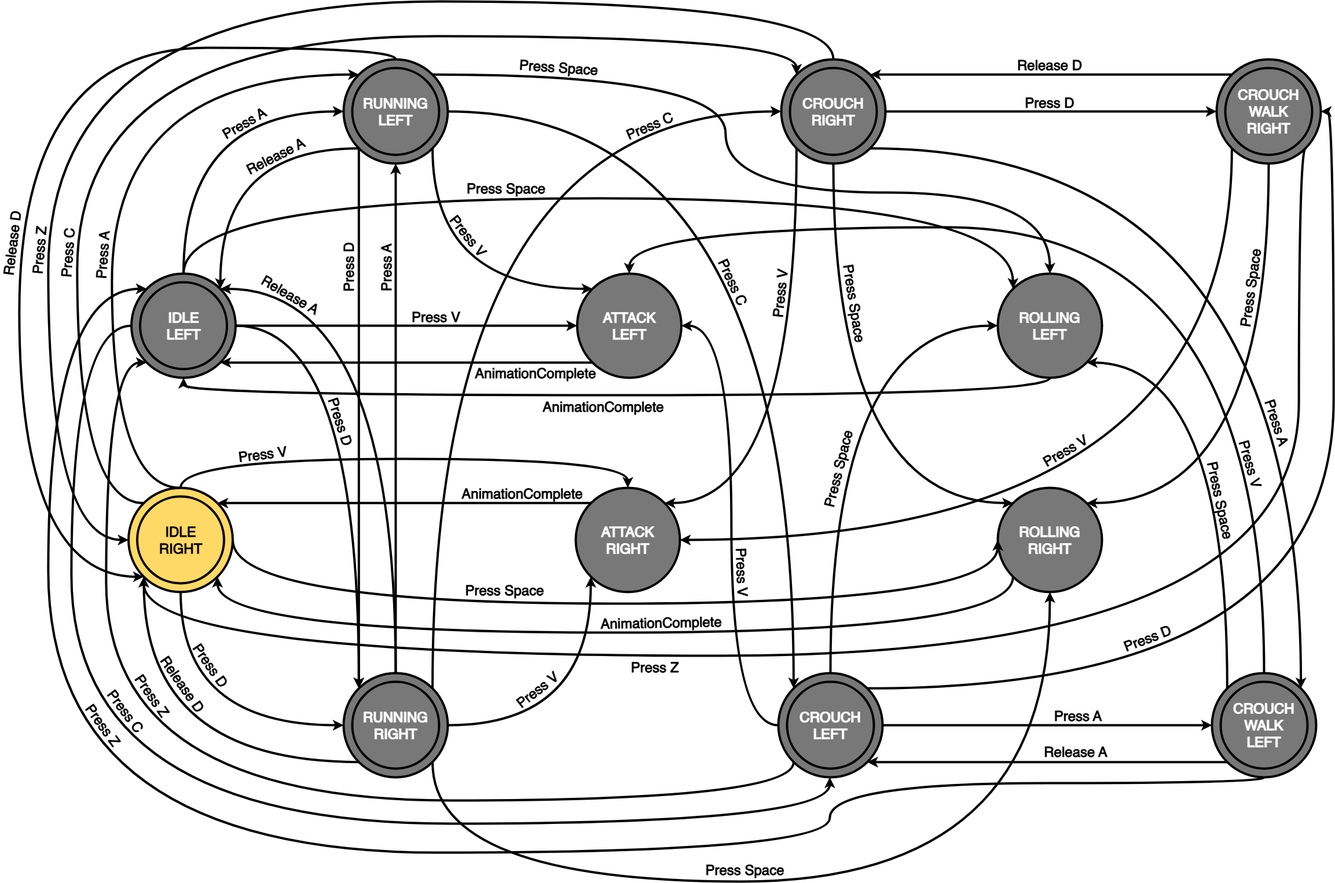
The draw.io diagram PixelAnimationDFA/Assets/PixelAssets/NFA - State Diagram (Light Mode).png in Decr0zeath/PixelAnimationDFA, before a commit. Source tidied: cells renumbered, new cells last; positions are measured from the earlier drawing's top-left corner, leaving out a move shared by most shapes.
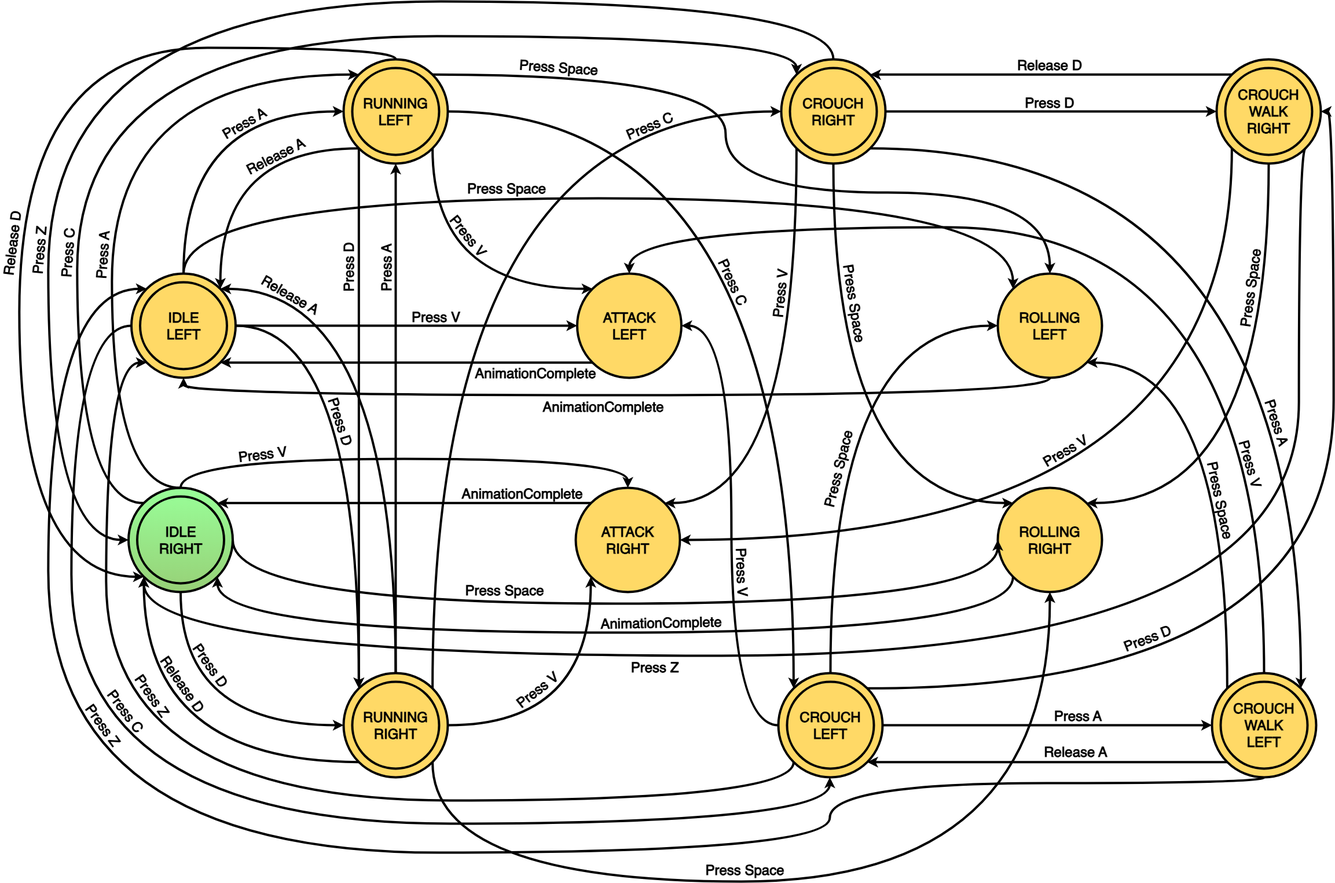
The same diagram one commit later.

Commit message:
- Updated State Diagram

Change to the diagram source:
```diff
@@ -12,3 +12,3 @@
     </mxCell>
-    <mxCell id="3" value="&lt;font&gt;IDLE&lt;/font&gt;&lt;div&gt;&lt;font&gt;RIGHT&lt;/font&gt;&lt;/div&gt;" style="ellipse;whiteSpace=wrap;html=1;shadow=0;fontFamily=Helvetica;fontSize=24;fontColor=#000000;align=center;strokeColor=light-dark(#000000,#EDEDED);strokeWidth=4;fillColor=#FFD966;fontStyle=1;gradientColor=none;" parent="1" vertex="1">
+    <mxCell id="3" value="&lt;font&gt;IDLE&lt;/font&gt;&lt;div&gt;&lt;font&gt;RIGHT&lt;/font&gt;&lt;/div&gt;" style="ellipse;whiteSpace=wrap;html=1;shadow=0;fontFamily=Helvetica;fontSize=24;align=center;strokeColor=#000000;strokeWidth=4;fillColor=#99FF99;fontStyle=1;gradientColor=#97d077;" parent="1" vertex="1">
       <mxGeometry x="264.5" y="840" width="180" height="180" as="geometry" />
@@ -25,3 +25,3 @@
     </mxCell>
-    <mxCell id="5" value="&lt;font&gt;IDLE&lt;/font&gt;&lt;div&gt;&lt;font&gt;LEFT&lt;/font&gt;&lt;/div&gt;" style="ellipse;whiteSpace=wrap;html=1;shadow=0;fontFamily=Helvetica;fontSize=24;align=center;strokeColor=#000000;strokeWidth=4;fillColor=light-dark(#787878, #1a1a1a);fontStyle=1;fontColor=#FFFFFF;" parent="1" vertex="1">
+    <mxCell id="5" value="&lt;font&gt;IDLE&lt;/font&gt;&lt;div&gt;&lt;font&gt;LEFT&lt;/font&gt;&lt;/div&gt;" style="ellipse;whiteSpace=wrap;html=1;shadow=0;fontFamily=Helvetica;fontSize=24;align=center;strokeColor=#000000;strokeWidth=4;fillColor=#FFD966;fontStyle=1;gradientColor=#ffd966;" parent="1" vertex="1">
       <mxGeometry x="269.5" y="470" width="180" height="180" as="geometry" />
@@ -46,6 +46,6 @@
     </mxCell>
-    <mxCell id="10" value="&lt;font&gt;RUNNING&lt;/font&gt;&lt;div&gt;&lt;span style=&quot;background-color: transparent;&quot;&gt;&lt;font&gt;LEFT&lt;/font&gt;&lt;/span&gt;&lt;/div&gt;" style="ellipse;whiteSpace=wrap;html=1;shadow=0;fontFamily=Helvetica;fontSize=24;fontColor=#FFFFFF;align=center;strokeColor=#000000;strokeWidth=4;fillColor=light-dark(#787878, #1a1a1a);fontStyle=1;" parent="1" vertex="1">
+    <mxCell id="10" value="&lt;font&gt;RUNNING&lt;/font&gt;&lt;div&gt;&lt;span style=&quot;background-color: transparent;&quot;&gt;&lt;font&gt;LEFT&lt;/font&gt;&lt;/span&gt;&lt;/div&gt;" style="ellipse;whiteSpace=wrap;html=1;shadow=0;fontFamily=Helvetica;fontSize=24;align=center;strokeColor=#000000;strokeWidth=4;fillColor=#FFD966;fontStyle=1;gradientColor=#ffd966;" parent="1" vertex="1">
       <mxGeometry x="636" y="100" width="180" height="180" as="geometry" />
     </mxCell>
-    <mxCell id="11" value="&lt;font&gt;ROLLING&lt;/font&gt;&lt;div&gt;&lt;font&gt;LEFT&lt;/font&gt;&lt;/div&gt;" style="ellipse;whiteSpace=wrap;html=1;shadow=0;fontFamily=Helvetica;fontSize=24;fontColor=#FFFFFF;align=center;strokeColor=#000000;strokeWidth=4;fillColor=light-dark(#787878, #1a1a1a);fontStyle=1;" parent="1" vertex="1">
+    <mxCell id="11" value="&lt;font&gt;ROLLING&lt;/font&gt;&lt;div&gt;&lt;font&gt;LEFT&lt;/font&gt;&lt;/div&gt;" style="ellipse;whiteSpace=wrap;html=1;shadow=0;fontFamily=Helvetica;fontSize=24;align=center;strokeColor=#000000;strokeWidth=4;fillColor=#FFD966;fontStyle=1;gradientColor=#ffd966;" parent="1" vertex="1">
       <mxGeometry x="1766" y="470" width="180" height="180" as="geometry" />
@@ -59,6 +59,6 @@
     </mxCell>
-    <mxCell id="13" value="&lt;font&gt;CROUCH&lt;/font&gt;&lt;div&gt;&lt;font&gt;WALK&lt;/font&gt;&lt;/div&gt;&lt;div&gt;&lt;font&gt;LEFT&lt;/font&gt;&lt;/div&gt;" style="ellipse;whiteSpace=wrap;html=1;shadow=0;fontFamily=Helvetica;fontSize=24;fontColor=#FFFFFF;align=center;strokeColor=#000000;strokeWidth=4;fillColor=light-dark(#787878, #1a1a1a);fontStyle=1;" parent="1" vertex="1">
+    <mxCell id="13" value="&lt;font&gt;CROUCH&lt;/font&gt;&lt;div&gt;&lt;font&gt;WALK&lt;/font&gt;&lt;/div&gt;&lt;div&gt;&lt;font&gt;LEFT&lt;/font&gt;&lt;/div&gt;" style="ellipse;whiteSpace=wrap;html=1;shadow=0;fontFamily=Helvetica;fontSize=24;align=center;strokeColor=#000000;strokeWidth=4;fillColor=#FFD966;fontStyle=1;gradientColor=#ffd966;" parent="1" vertex="1">
       <mxGeometry x="2136" y="1160" width="180" height="180" as="geometry" />
     </mxCell>
-    <mxCell id="14" value="&lt;font&gt;ROLLING&lt;/font&gt;&lt;div&gt;&lt;font&gt;RIGHT&lt;/font&gt;&lt;/div&gt;" style="ellipse;whiteSpace=wrap;html=1;shadow=0;fontFamily=Helvetica;fontSize=24;fontColor=#FFFFFF;align=center;strokeColor=#000000;strokeWidth=4;fillColor=light-dark(#787878, #1a1a1a);fontStyle=1;" parent="1" vertex="1">
+    <mxCell id="14" value="&lt;font&gt;ROLLING&lt;/font&gt;&lt;div&gt;&lt;font&gt;RIGHT&lt;/font&gt;&lt;/div&gt;" style="ellipse;whiteSpace=wrap;html=1;shadow=0;fontFamily=Helvetica;fontSize=24;align=center;strokeColor=#000000;strokeWidth=4;fillColor=#FFD966;fontStyle=1;gradientColor=#ffd966;" parent="1" vertex="1">
       <mxGeometry x="1766" y="840" width="180" height="180" as="geometry" />
@@ -72,3 +72,3 @@
     </mxCell>
-    <mxCell id="16" value="&lt;font&gt;CROUCH&lt;/font&gt;&lt;div&gt;&lt;font&gt;WALK&lt;/font&gt;&lt;/div&gt;&lt;div&gt;&lt;font&gt;RIGHT&lt;/font&gt;&lt;/div&gt;" style="ellipse;whiteSpace=wrap;html=1;shadow=0;fontFamily=Helvetica;fontSize=24;fontColor=#FFFFFF;align=center;strokeColor=#000000;strokeWidth=4;fillColor=light-dark(#787878, #1a1a1a);fontStyle=1;" parent="1" vertex="1">
+    <mxCell id="16" value="&lt;font&gt;CROUCH&lt;/font&gt;&lt;div&gt;&lt;font&gt;WALK&lt;/font&gt;&lt;/div&gt;&lt;div&gt;&lt;font&gt;RIGHT&lt;/font&gt;&lt;/div&gt;" style="ellipse;whiteSpace=wrap;html=1;shadow=0;fontFamily=Helvetica;fontSize=24;fontColor=#000000;align=center;strokeColor=#000000;strokeWidth=4;fillColor=#FFD966;fontStyle=1;" parent="1" vertex="1">
       <mxGeometry x="2144" y="100" width="180" height="180" as="geometry" />
@@ -82,6 +82,6 @@
     </mxCell>
-    <mxCell id="18" value="&lt;font&gt;ATTACK&lt;/font&gt;&lt;div&gt;&lt;font&gt;LEFT&lt;/font&gt;&lt;/div&gt;" style="ellipse;whiteSpace=wrap;html=1;shadow=0;fontFamily=Helvetica;fontSize=24;fontColor=#FFFFFF;align=center;strokeColor=#000000;strokeWidth=4;fillColor=light-dark(#787878, #1a1a1a);fontStyle=1;" parent="1" vertex="1">
+    <mxCell id="18" value="&lt;font&gt;ATTACK&lt;/font&gt;&lt;div&gt;&lt;font&gt;LEFT&lt;/font&gt;&lt;/div&gt;" style="ellipse;whiteSpace=wrap;html=1;shadow=0;fontFamily=Helvetica;fontSize=24;align=center;strokeColor=#000000;strokeWidth=4;fillColor=#FFD966;fontStyle=1;gradientColor=#ffd966;" parent="1" vertex="1">
       <mxGeometry x="1039.5" y="470" width="180" height="180" as="geometry" />
     </mxCell>
-    <mxCell id="19" value="&lt;font&gt;CROUCH&lt;/font&gt;&lt;div&gt;&lt;font&gt;RIGHT&lt;/font&gt;&lt;/div&gt;" style="ellipse;whiteSpace=wrap;html=1;shadow=0;fontFamily=Helvetica;fontSize=24;fontColor=#FFFFFF;align=center;strokeColor=#000000;strokeWidth=4;fillColor=light-dark(#787878, #1a1a1a);fontStyle=1;" parent="1" vertex="1">
+    <mxCell id="19" value="&lt;font&gt;CROUCH&lt;/font&gt;&lt;div&gt;&lt;font&gt;RIGHT&lt;/font&gt;&lt;/div&gt;" style="ellipse;whiteSpace=wrap;html=1;shadow=0;fontFamily=Helvetica;fontSize=24;align=center;strokeColor=#000000;strokeWidth=4;fillColor=#FFD966;fontStyle=1;gradientColor=#ffd966;" parent="1" vertex="1">
       <mxGeometry x="1392" y="100" width="180" height="180" as="geometry" />
@@ -91,3 +91,3 @@
     </mxCell>
-    <mxCell id="21" value="&lt;font&gt;ATTACK&lt;/font&gt;&lt;div&gt;&lt;span style=&quot;background-color: transparent;&quot;&gt;&lt;font&gt;RIGHT&lt;/font&gt;&lt;/span&gt;&lt;/div&gt;" style="ellipse;whiteSpace=wrap;html=1;shadow=0;fontFamily=Helvetica;fontSize=24;fontColor=#FFFFFF;align=center;strokeColor=#000000;strokeWidth=4;fillColor=light-dark(#787878, #1a1a1a);fontStyle=1;" parent="1" vertex="1">
+    <mxCell id="21" value="&lt;font&gt;ATTACK&lt;/font&gt;&lt;div&gt;&lt;span style=&quot;background-color: transparent;&quot;&gt;&lt;font&gt;RIGHT&lt;/font&gt;&lt;/span&gt;&lt;/div&gt;" style="ellipse;whiteSpace=wrap;html=1;shadow=0;fontFamily=Helvetica;fontSize=24;align=center;strokeColor=#000000;strokeWidth=4;fillColor=#FFD966;fontStyle=1;gradientColor=#ffd966;" parent="1" vertex="1">
       <mxGeometry x="1037" y="840" width="180" height="180" as="geometry" />
@@ -102,3 +102,3 @@
     </mxCell>
-    <mxCell id="23" value="&lt;font&gt;RUNNING&lt;/font&gt;&lt;div&gt;&lt;font&gt;RIGHT&lt;/font&gt;&lt;/div&gt;" style="ellipse;whiteSpace=wrap;html=1;shadow=0;fontFamily=Helvetica;fontSize=24;fontColor=#FFFFFF;align=center;strokeColor=#000000;strokeWidth=4;fillColor=light-dark(#787878, #1a1a1a);fontStyle=1;" parent="1" vertex="1">
+    <mxCell id="23" value="&lt;font&gt;RUNNING&lt;/font&gt;&lt;div&gt;&lt;font&gt;RIGHT&lt;/font&gt;&lt;/div&gt;" style="ellipse;whiteSpace=wrap;html=1;shadow=0;fontFamily=Helvetica;fontSize=24;align=center;strokeColor=#000000;strokeWidth=4;fillColor=#FFD966;fontStyle=1;gradientColor=#ffd966;" parent="1" vertex="1">
       <mxGeometry x="636" y="1160" width="180" height="180" as="geometry" />
@@ -114,3 +114,3 @@
     </mxCell>
-    <mxCell id="25" value="&lt;font&gt;CROUCH&lt;/font&gt;&lt;div&gt;&lt;font&gt;LEFT&lt;/font&gt;&lt;/div&gt;" style="ellipse;whiteSpace=wrap;html=1;shadow=0;fontFamily=Helvetica;fontSize=24;fontColor=#FFFFFF;align=center;strokeColor=#000000;strokeWidth=4;fillColor=light-dark(#787878, #1a1a1a);fontStyle=1;" parent="1" vertex="1">
+    <mxCell id="25" value="&lt;font&gt;CROUCH&lt;/font&gt;&lt;div&gt;&lt;font&gt;LEFT&lt;/font&gt;&lt;/div&gt;" style="ellipse;whiteSpace=wrap;html=1;shadow=0;fontFamily=Helvetica;fontSize=24;align=center;strokeColor=#000000;strokeWidth=4;fillColor=#FFD966;fontStyle=1;gradientColor=#ffd966;" parent="1" vertex="1">
       <mxGeometry x="1387" y="1160" width="180" height="180" as="geometry" />
@@ -337,5 +337,5 @@
     </mxCell>
-    <mxCell id="55" style="ellipse;whiteSpace=wrap;html=1;fillColor=none;strokeWidth=4;strokeColor=#000000;fontColor=#FFFFFF;fontSize=24;" parent="1" vertex="1">
-      <mxGeometry x="284.5" y="485" width="150" height="150" as="geometry" />
-    </mxCell>
+    <mxCell id="110" style="ellipse;whiteSpace=wrap;html=1;fillColor=none;strokeWidth=4;strokeColor=#000000;fontColor=#FFFFFF;fontSize=24;" parent="1" vertex="1">
+      <mxGeometry x="284.5" y="485" width="150" height="150" as="geometry" />
+    </mxCell>
     <mxCell id="56" style="edgeStyle=orthogonalEdgeStyle;rounded=0;jettySize=auto;html=1;exitX=1;exitY=0;exitDx=0;exitDy=0;entryX=0;entryY=0.5;entryDx=0;entryDy=0;strokeWidth=4;curved=1;fontSize=24;" parent="1" edge="1" source="23" target="19">
@@ -347,14 +347,14 @@
     </mxCell>
-    <mxCell id="57" style="ellipse;whiteSpace=wrap;html=1;fillColor=none;strokeWidth=4;strokeColor=#000000;fontColor=#FFFFFF;fontSize=24;" parent="1" vertex="1">
-      <mxGeometry x="651" y="1175" width="150" height="150" as="geometry" />
-    </mxCell>
-    <mxCell id="58" style="ellipse;whiteSpace=wrap;html=1;fillColor=none;strokeWidth=4;strokeColor=#000000;fontColor=#FFFFFF;fontSize=24;" parent="1" vertex="1">
-      <mxGeometry x="651" y="115" width="150" height="150" as="geometry" />
-    </mxCell>
-    <mxCell id="59" style="ellipse;whiteSpace=wrap;html=1;fillColor=none;strokeWidth=4;strokeColor=light-dark(#000000,#EDEDED);fontSize=24;" parent="1" vertex="1">
-      <mxGeometry x="279.5" y="855" width="150" height="150" as="geometry" />
-    </mxCell>
-    <mxCell id="60" style="ellipse;whiteSpace=wrap;html=1;fillColor=none;strokeWidth=4;strokeColor=#000000;fontColor=#FFFFFF;fontSize=24;" parent="1" vertex="1">
-      <mxGeometry x="1402" y="1175" width="150" height="150" as="geometry" />
-    </mxCell>
+    <mxCell id="111" style="ellipse;whiteSpace=wrap;html=1;fillColor=none;strokeWidth=4;strokeColor=#000000;fontColor=#FFFFFF;fontSize=24;" parent="1" vertex="1">
+      <mxGeometry x="651" y="1175" width="150" height="150" as="geometry" />
+    </mxCell>
+    <mxCell id="112" style="ellipse;whiteSpace=wrap;html=1;fillColor=none;strokeWidth=4;strokeColor=#000000;fontColor=#FFFFFF;fontSize=24;" parent="1" vertex="1">
+      <mxGeometry x="651" y="115" width="150" height="150" as="geometry" />
+    </mxCell>
+    <mxCell id="113" style="ellipse;whiteSpace=wrap;html=1;fillColor=none;strokeWidth=4;strokeColor=light-dark(#000000,#EDEDED);fontSize=24;" parent="1" vertex="1">
+      <mxGeometry x="279.5" y="855" width="150" height="150" as="geometry" />
+    </mxCell>
+    <mxCell id="114" style="ellipse;whiteSpace=wrap;html=1;fillColor=none;strokeWidth=4;strokeColor=#000000;fontColor=#FFFFFF;fontSize=24;" parent="1" vertex="1">
+      <mxGeometry x="1402" y="1175" width="150" height="150" as="geometry" />
+    </mxCell>
     <mxCell id="61" style="edgeStyle=orthogonalEdgeStyle;rounded=0;jettySize=auto;html=1;entryX=0.5;entryY=0;entryDx=0;entryDy=0;strokeWidth=4;curved=1;exitX=0.5;exitY=0;exitDx=0;exitDy=0;strokeColor=light-dark(#000000,#EDEDED);fontSize=24;" parent="1" edge="1" source="13" target="18">
@@ -378,11 +378,11 @@
     </mxCell>
-    <mxCell id="63" style="ellipse;whiteSpace=wrap;html=1;fillColor=none;strokeWidth=4;strokeColor=#000000;fontColor=#FFFFFF;fontSize=24;" parent="1" vertex="1">
-      <mxGeometry x="2151" y="1175" width="150" height="150" as="geometry" />
-    </mxCell>
-    <mxCell id="64" style="ellipse;whiteSpace=wrap;html=1;fillColor=none;strokeWidth=4;strokeColor=#000000;fontColor=#FFFFFF;fontSize=24;" parent="1" vertex="1">
-      <mxGeometry x="1407" y="115" width="150" height="150" as="geometry" />
-    </mxCell>
-    <mxCell id="65" style="ellipse;whiteSpace=wrap;html=1;fillColor=none;strokeWidth=4;strokeColor=#000000;fontColor=#FFFFFF;fontSize=24;" parent="1" vertex="1">
-      <mxGeometry x="2159" y="115" width="150" height="150" as="geometry" />
-    </mxCell>
+    <mxCell id="115" style="ellipse;whiteSpace=wrap;html=1;fillColor=none;strokeWidth=4;strokeColor=#000000;fontColor=#FFFFFF;fontSize=24;" parent="1" vertex="1">
+      <mxGeometry x="2151" y="1175" width="150" height="150" as="geometry" />
+    </mxCell>
+    <mxCell id="116" style="ellipse;whiteSpace=wrap;html=1;fillColor=none;strokeWidth=4;strokeColor=#000000;fontColor=#FFFFFF;fontSize=24;" parent="1" vertex="1">
+      <mxGeometry x="1407" y="115" width="150" height="150" as="geometry" />
+    </mxCell>
+    <mxCell id="117" style="ellipse;whiteSpace=wrap;html=1;fillColor=none;strokeWidth=4;strokeColor=#000000;fontSize=24;gradientColor=#ffd966;fontColor=#000000;" parent="1" vertex="1">
+      <mxGeometry x="2159" y="115" width="150" height="150" as="geometry" />
+    </mxCell>
     <mxCell id="66" value="Press A" style="text;html=1;align=center;verticalAlign=middle;whiteSpace=wrap;rounded=0;fontSize=24;fontStyle=1;rotation=-30;strokeColor=none;strokeWidth=4;" parent="1" vertex="1">
@@ -405,8 +405,8 @@
     </mxCell>
-    <mxCell id="72" value="Press Space" style="text;html=1;align=center;verticalAlign=middle;whiteSpace=wrap;rounded=0;fontSize=24;fontStyle=1;rotation=0;strokeColor=none;strokeWidth=4;" parent="1" vertex="1">
-      <mxGeometry x="830" y="1007" width="168.5" height="20" as="geometry" />
-    </mxCell>
-    <mxCell id="73" value="Press Space" style="text;html=1;align=center;verticalAlign=middle;whiteSpace=wrap;rounded=0;fontSize=24;fontStyle=1;rotation=0;strokeColor=none;strokeWidth=4;" parent="1" vertex="1">
-      <mxGeometry x="835.5" y="313" width="163.5" height="20" as="geometry" />
-    </mxCell>
+    <mxCell id="118" value="Press Space" style="text;html=1;align=center;verticalAlign=middle;whiteSpace=wrap;rounded=0;fontSize=24;fontStyle=1;rotation=0;strokeColor=none;strokeWidth=4;" parent="1" vertex="1">
+      <mxGeometry x="830" y="1007" width="168.5" height="20" as="geometry" />
+    </mxCell>
+    <mxCell id="119" value="Press Space" style="text;html=1;align=center;verticalAlign=middle;whiteSpace=wrap;rounded=0;fontSize=24;fontStyle=1;rotation=0;strokeColor=none;strokeWidth=4;" parent="1" vertex="1">
+      <mxGeometry x="835.5" y="313" width="163.5" height="20" as="geometry" />
+    </mxCell>
     <mxCell id="74" value="Press V" style="text;html=1;align=center;verticalAlign=middle;whiteSpace=wrap;rounded=0;fontSize=24;fontStyle=1;rotation=0;strokeColor=none;strokeWidth=4;" parent="1" vertex="1">
@@ -429,5 +429,5 @@
     </mxCell>
-    <mxCell id="80" value="Press Space" style="text;html=1;align=center;verticalAlign=middle;whiteSpace=wrap;rounded=0;fontSize=24;fontStyle=1;rotation=0;strokeColor=none;strokeWidth=4;" parent="1" vertex="1">
-      <mxGeometry x="1250.5" y="1490" width="156.5" height="20" as="geometry" />
-    </mxCell>
+    <mxCell id="120" value="Press Space" style="text;html=1;align=center;verticalAlign=middle;whiteSpace=wrap;rounded=0;fontSize=24;fontStyle=1;rotation=0;strokeColor=none;strokeWidth=4;" parent="1" vertex="1">
+      <mxGeometry x="1250.5" y="1490" width="156.5" height="20" as="geometry" />
+    </mxCell>
     <mxCell id="81" value="Press C" style="text;html=1;align=center;verticalAlign=middle;whiteSpace=wrap;rounded=0;fontSize=24;fontStyle=1;rotation=337;strokeColor=none;strokeWidth=4;" parent="1" vertex="1">
@@ -456,11 +456,11 @@
     </mxCell>
-    <mxCell id="89" value="AnimationComplete" style="text;html=1;align=center;verticalAlign=middle;whiteSpace=wrap;rounded=0;fontSize=24;fontStyle=1;rotation=0;strokeColor=none;strokeWidth=4;" parent="1" vertex="1">
-      <mxGeometry x="1026" y="690" width="117.5" height="20" as="geometry" />
-    </mxCell>
-    <mxCell id="90" value="AnimationComplete" style="text;html=1;align=center;verticalAlign=middle;whiteSpace=wrap;rounded=0;fontSize=24;fontStyle=1;rotation=0;strokeColor=none;strokeWidth=4;" parent="1" vertex="1">
-      <mxGeometry x="908.5" y="632" width="117.5" height="20" as="geometry" />
-    </mxCell>
-    <mxCell id="91" value="AnimationComplete" style="text;html=1;align=center;verticalAlign=middle;whiteSpace=wrap;rounded=0;fontSize=24;fontStyle=1;rotation=0;strokeColor=none;strokeWidth=4;" parent="1" vertex="1">
-      <mxGeometry x="886" y="840" width="117.5" height="20" as="geometry" />
-    </mxCell>
+    <mxCell id="121" value="AnimationComplete" style="text;html=1;align=center;verticalAlign=middle;whiteSpace=wrap;rounded=0;fontSize=24;fontStyle=1;rotation=0;strokeColor=none;strokeWidth=4;" parent="1" vertex="1">
+      <mxGeometry x="1026" y="690" width="117.5" height="20" as="geometry" />
+    </mxCell>
+    <mxCell id="122" value="AnimationComplete" style="text;html=1;align=center;verticalAlign=middle;whiteSpace=wrap;rounded=0;fontSize=24;fontStyle=1;rotation=0;strokeColor=none;strokeWidth=4;" parent="1" vertex="1">
+      <mxGeometry x="908.5" y="632" width="117.5" height="20" as="geometry" />
+    </mxCell>
+    <mxCell id="123" value="AnimationComplete" style="text;html=1;align=center;verticalAlign=middle;whiteSpace=wrap;rounded=0;fontSize=24;fontStyle=1;rotation=0;strokeColor=none;strokeWidth=4;" parent="1" vertex="1">
+      <mxGeometry x="886" y="840" width="117.5" height="20" as="geometry" />
+    </mxCell>
     <mxCell id="92" value="Press Space" style="text;html=1;align=center;verticalAlign=middle;whiteSpace=wrap;rounded=0;fontSize=24;fontStyle=1;rotation=81;strokeColor=none;strokeWidth=4;" parent="1" vertex="1">
```
